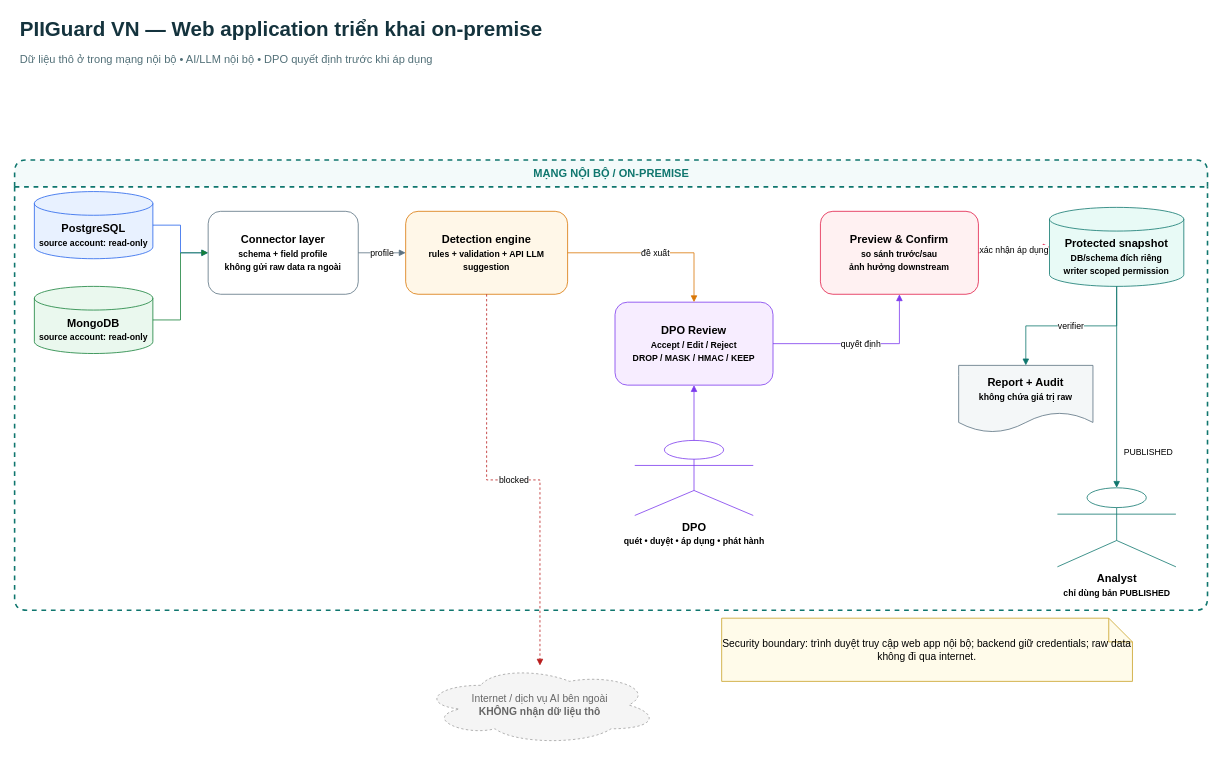
This is page "01 - Architecture & Flow" (1 of 10) of docs/fe_design/piiguard-ui-flow.drawio from tlong1610/PII_Masking, a draw.io file, before an edit. Source tidied: cells renumbered, new cells numbered last; positions are measured from the earlier drawing's top-left corner, leaving out a move shared by most shapes. Both pictures are drawn from the tidied source at 79%, with x=0, y=0 at pixel (14, 13).
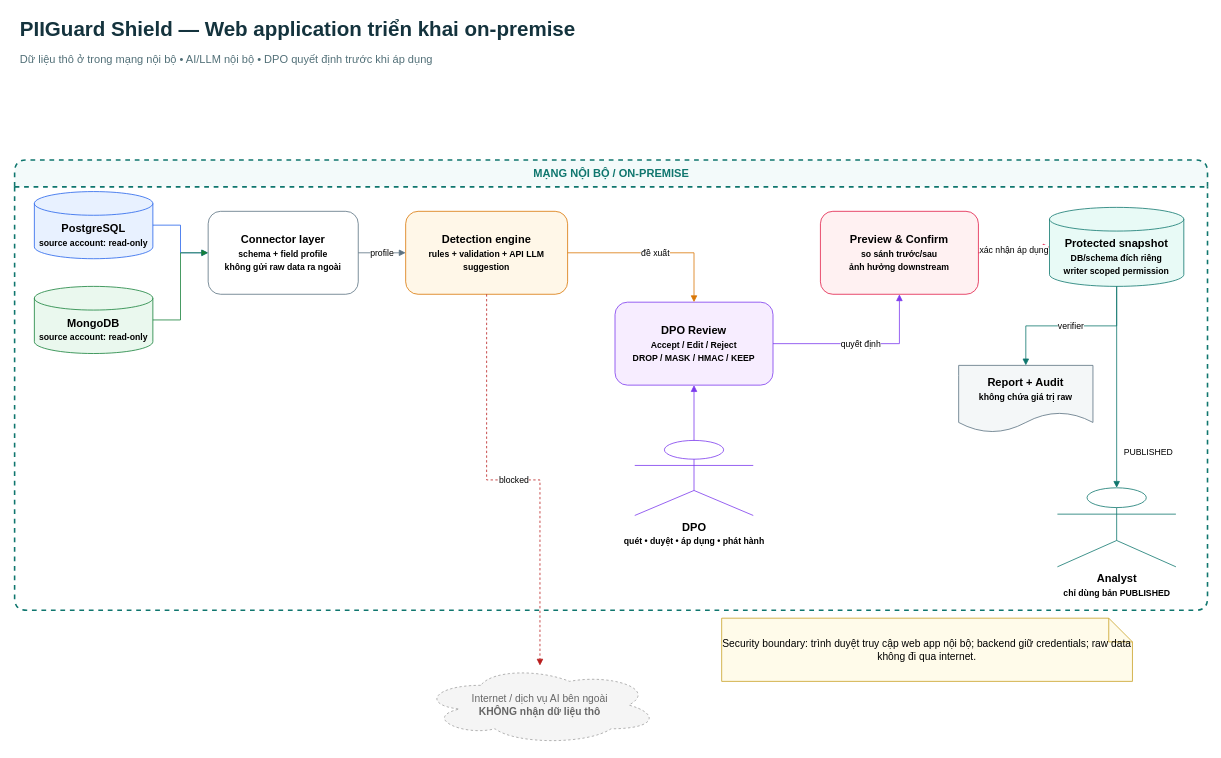
Above is the later version.

The edit, as a diff of the source:
```diff
@@
-    <mxCell id="2" value="PIIGuard VN — Web application triển khai on-premise" style="text;html=1;fontSize=26;fontStyle=1;fontColor=#14333D;align=left;verticalAlign=middle;" parent="1" vertex="1">
+    <mxCell id="2" value="PIIGuard Shield — Web application triển khai on-premise" style="text;html=1;fontSize=26;fontStyle=1;fontColor=#14333D;align=left;verticalAlign=middle;" parent="1" vertex="1">
       <mxGeometry x="5" width="900" height="40" as="geometry" />
     </mxCell>
```
